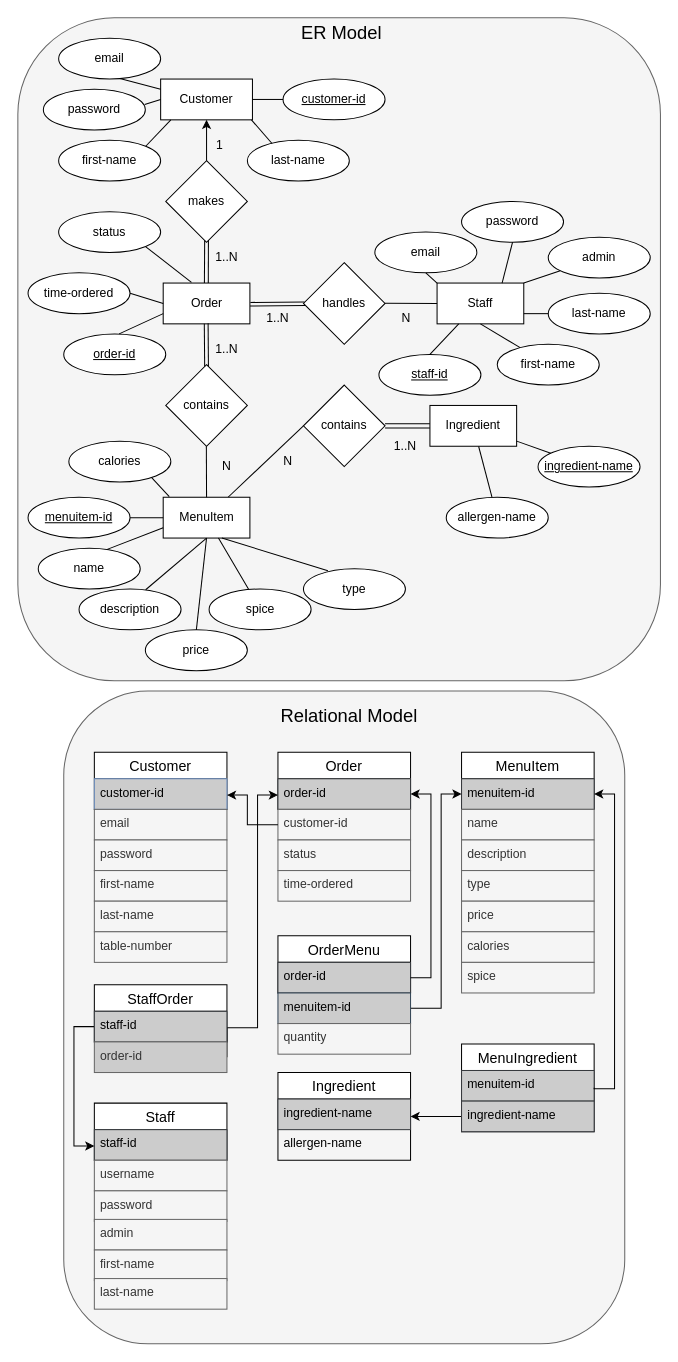
Ideapersie/TeamProjec23 keeps this draw.io diagram as backend/resources/entity_relation.drawio. Above is the earlier version. Source tidied: cells renumbered, new cells numbered last; positions are measured from the earlier drawing's top-left corner, leaving out a move shared by most shapes. Both pictures are drawn from the tidied source at 102%, with x=0, y=0 at pixel (17, 17).
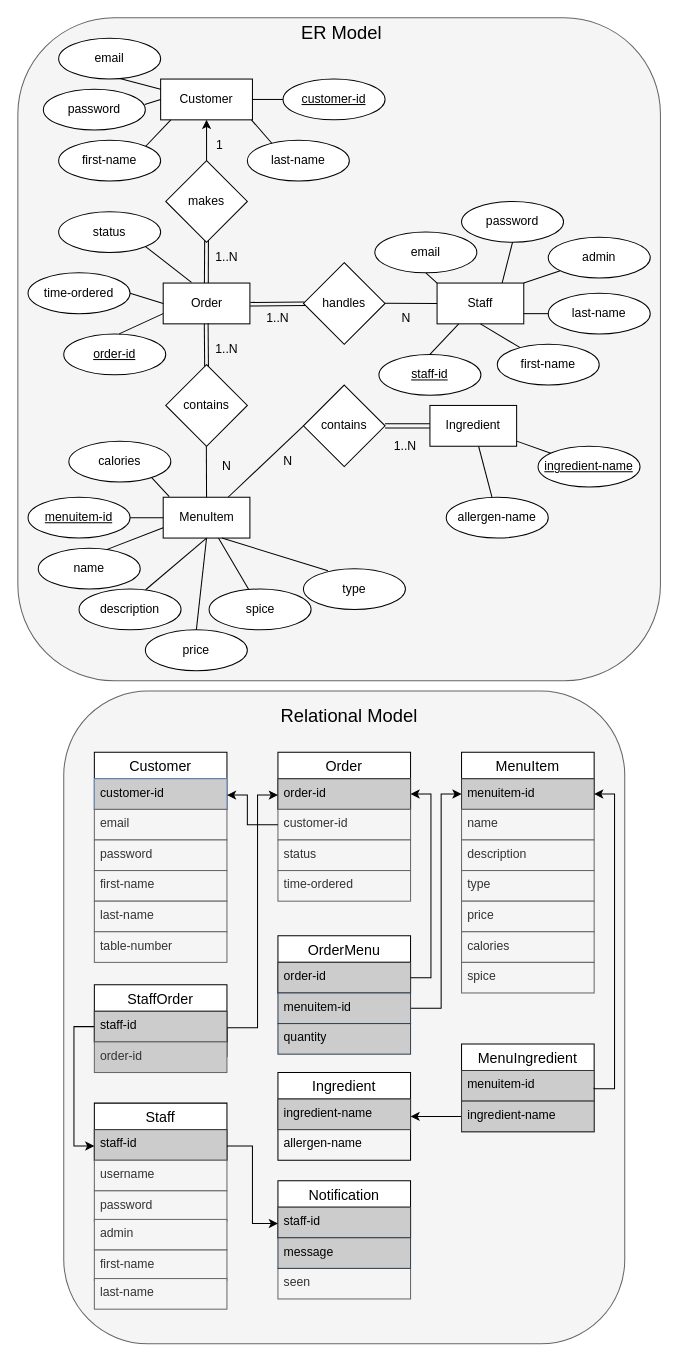
The same diagram, later.

Commit message:
Update ER diagram to reflect schema changes

Unchanged cells that the change refers to:
```xml
<mxCell id="81" value="Staff" style="swimlane;fontStyle=0;horizontal=1;startSize=26;align=center;fontSize=14;" parent="80" vertex="1">
  <mxGeometry width="130" height="56" as="geometry" />
</mxCell>
```

Change to the diagram source:
```diff
@@
+    <mxCell id="133" value="table-number" style="text;strokeColor=#666666;fillColor=#f5f5f5;spacingLeft=4;spacingRight=4;overflow=hidden;fontSize=12;whiteSpace=wrap;html=1;fontColor=#333333;" parent="1" vertex="1">
+      <mxGeometry x="75" y="896" width="130" height="30" as="geometry" />
+    </mxCell>
+    <mxCell id="134" value="Notification" style="swimlane;fontStyle=0;horizontal=1;startSize=26;align=center;fontSize=14;" parent="1" vertex="1">
+      <mxGeometry x="255" y="1140" width="130" height="56" as="geometry" />
+    </mxCell>
+    <mxCell id="135" value="staff-id" style="text;strokeColor=#36393d;fillColor=#CCCCCC;spacingLeft=4;spacingRight=4;overflow=hidden;fontSize=12;whiteSpace=wrap;html=1;" parent="134" vertex="1">
+      <mxGeometry y="26" width="130" height="30" as="geometry" />
+    </mxCell>
+    <mxCell id="136" value="seen&lt;div&gt;&lt;br&gt;&lt;/div&gt;" style="text;strokeColor=#666666;fillColor=#f5f5f5;spacingLeft=4;spacingRight=4;overflow=hidden;fontSize=12;whiteSpace=wrap;html=1;fontColor=#333333;" parent="1" vertex="1">
+      <mxGeometry x="255" y="1226" width="130" height="30" as="geometry" />
+    </mxCell>
+    <mxCell id="137" style="endArrow=classic;html=1;rounded=0;exitX=1;exitY=0.75;exitDx=0;exitDy=0;entryX=0;entryY=0.75;entryDx=0;entryDy=0;" parent="1" edge="1" source="81" target="134">
+      <mxGeometry relative="1" as="geometry">
+        <Array as="points">
+          <mxPoint x="230" y="1106" />
+          <mxPoint x="230" y="1150" />
+          <mxPoint x="230" y="1182" />
+        </Array>
+      </mxGeometry>
+    </mxCell>
-    <mxCell id="132" value="quantity" style="text;strokeColor=#666666;fillColor=#f5f5f5;spacingLeft=4;spacingRight=4;overflow=hidden;fontSize=12;whiteSpace=wrap;html=1;fontColor=#333333;" parent="1" vertex="1">
+    <mxCell id="132" value="&lt;font color=&quot;#030303&quot;&gt;quantity&lt;/font&gt;" style="text;strokeColor=#314354;fillColor=#CCCCCC;spacingLeft=4;spacingRight=4;overflow=hidden;fontSize=12;whiteSpace=wrap;html=1;fontColor=#ffffff;" parent="1" vertex="1">
       <mxGeometry x="255" y="986" width="130" height="30" as="geometry" />
     </mxCell>
-    <mxCell id="133" value="table-number" style="text;strokeColor=#666666;fillColor=#f5f5f5;spacingLeft=4;spacingRight=4;overflow=hidden;fontSize=12;whiteSpace=wrap;html=1;fontColor=#333333;" parent="1" vertex="1">
-      <mxGeometry x="75" y="896" width="130" height="30" as="geometry" />
-    </mxCell>
+    <mxCell id="138" value="&lt;font color=&quot;#030303&quot;&gt;message&lt;/font&gt;" style="text;strokeColor=#314354;fillColor=#CCCCCC;spacingLeft=4;spacingRight=4;overflow=hidden;fontSize=12;whiteSpace=wrap;html=1;fontColor=#ffffff;" parent="1" vertex="1">
+      <mxGeometry x="255" y="1196" width="130" height="30" as="geometry" />
+    </mxCell>
```
